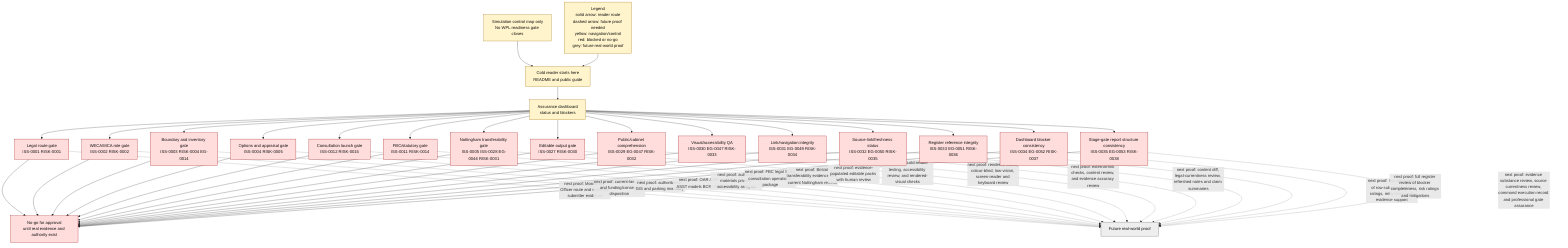
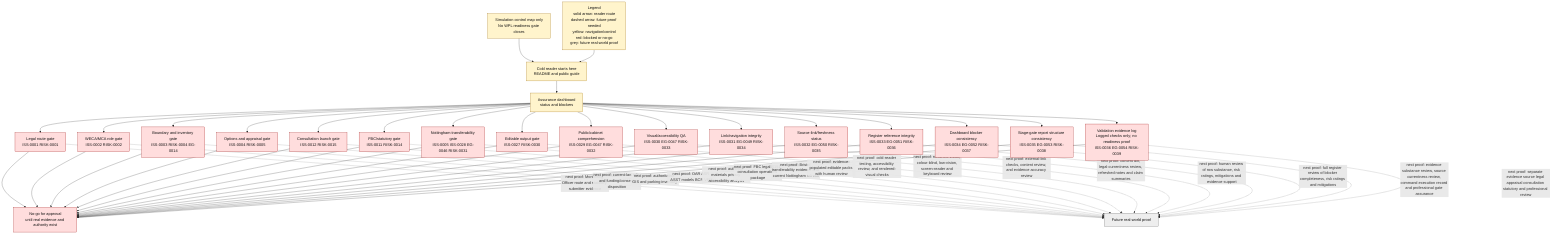
flowchart TD
    Caption["Simulation control map only<br/>No WPL readiness gate closes"]
    Legend["Legend<br/>solid arrow: reader route<br/>dashed arrow: future proof needed<br/>yellow: navigation/control<br/>red: blocked or no-go<br/>grey: future real-world proof"]
    Caption --> Start
    Legend --> Start
    Start["Cold reader starts here<br/>README and public guide"] --> Dash["Assurance dashboard<br/>status and blockers"]
    Dash --> Legal["Legal route gate<br/>ISS-0001 RISK-0001"]
    Dash --> WECA["WECA/MCA role gate<br/>ISS-0002 RISK-0002"]
    Dash --> Spatial["Boundary and inventory gate<br/>ISS-0003 RISK-0004 EG-0014"]
    Dash --> Appraisal["Options and appraisal gate<br/>ISS-0004 RISK-0005"]
    Dash --> Consult["Consultation launch gate<br/>ISS-0012 RISK-0015"]
    Dash --> FBC["FBC/statutory gate<br/>ISS-0011 RISK-0014"]
    Dash --> Nottingham["Nottingham transferability gate<br/>ISS-0005 ISS-0028 EG-0046 RISK-0031"]
    Dash --> Authoring["Editable output gate<br/>ISS-0027 RISK-0030"]
    Dash --> Comprehension["Public/cabinet comprehension<br/>ISS-0029 EG-0047 RISK-0032"]
    Dash --> VisualQA["Visual/accessibility QA<br/>ISS-0030 EG-0047 RISK-0033"]
    Dash --> NavigationQA["Link/navigation integrity<br/>ISS-0031 EG-0049 RISK-0034"]
    Dash --> SourceFreshness["Source-link/freshness status<br/>ISS-0032 EG-0050 RISK-0035"]
    Dash --> RegisterIntegrity["Register reference integrity<br/>ISS-0033 EG-0051 RISK-0036"]
    Dash --> DashboardConsistency["Dashboard blocker consistency<br/>ISS-0034 EG-0052 RISK-0037"]
    Dash --> GateReportQA["Stage-gate report structure consistency<br/>ISS-0035 EG-0053 RISK-0038"]
+     Dash --> ValidationEvidence["Validation evidence log<br/>Logged checks only; no readiness proof<br/>ISS-0036 EG-0054 RISK-0039"]

    Legal --> NoGo["No-go for approval<br/>until real evidence and authority exist"]
    WECA --> NoGo
    Spatial --> NoGo
    Appraisal --> NoGo
    Consult --> NoGo
    FBC --> NoGo
    Nottingham --> NoGo
    Authoring --> NoGo
    Comprehension --> NoGo
    VisualQA --> NoGo
    NavigationQA --> NoGo
    SourceFreshness --> NoGo
    RegisterIntegrity --> NoGo
    DashboardConsistency --> NoGo
    GateReportQA --> NoGo
+     ValidationEvidence --> NoGo

    Legal -. "next proof: Monitoring Officer route and statutory submitter evidence" .-> Proof["Future real-world proof"]
    WECA -. "next proof: current-law role and funding/consent disposition" .-> Proof
    Spatial -. "next proof: authoritative GIS and parking inventory" .-> Proof
    Appraisal -. "next proof: OAR ASR ASST models BCR VFM" .-> Proof
    Consult -. "next proof: authority materials privacy accessibility analysis" .-> Proof
    FBC -. "next proof: FBC legal S151 consultation operations package" .-> Proof
    Nottingham -. "next proof: Bristol transferability evidence and current Nottingham refresh" .-> Proof
    Authoring -. "next proof: evidence-populated editable packs with human review" .-> Proof
    Comprehension -. "next proof: cold-reader testing, accessibility review, and rendered-visual checks" .-> Proof
    VisualQA -. "next proof: rendered visual, colour-blind, low-vision, screen-reader and keyboard review" .-> Proof
    NavigationQA -. "next proof: external-link checks, content review, and evidence accuracy review" .-> Proof
    SourceFreshness -. "next proof: content diff, legal-currentness review, refreshed notes and claim summaries" .-> Proof
    RegisterIntegrity -. "next proof: human review of row substance, risk ratings, mitigations and evidence support" .-> Proof
    DashboardConsistency -. "next proof: full register review of blocker completeness, risk ratings and mitigations" .-> Proof
    GateReportQA -. "next proof: evidence substance review, source currentness review, command execution record and professional gate assurance" .-> Proof
+     ValidationEvidence -. "next proof: separate evidence source legal appraisal consultation statutory and professional review" .-> Proof

    classDef start fill:#ddf4ff,stroke:#005f99,color:#111111;
    classDef blocked fill:#ffdddd,stroke:#990000,color:#111111;
    classDef guide fill:#fff4cc,stroke:#996600,color:#111111;
    classDef future fill:#eeeeee,stroke:#555555,color:#111111;

    class Start,Dash,Caption,Legend guide;
-     class Legal,WECA,Spatial,Appraisal,Consult,FBC,Nottingham,Authoring,Comprehension,VisualQA,NavigationQA,SourceFreshness,RegisterIntegrity,DashboardConsistency,GateReportQA,NoGo blocked;
+     class Legal,WECA,Spatial,Appraisal,Consult,FBC,Nottingham,Authoring,Comprehension,VisualQA,NavigationQA,SourceFreshness,RegisterIntegrity,DashboardConsistency,GateReportQA,ValidationEvidence,NoGo blocked;
    class Proof future;
